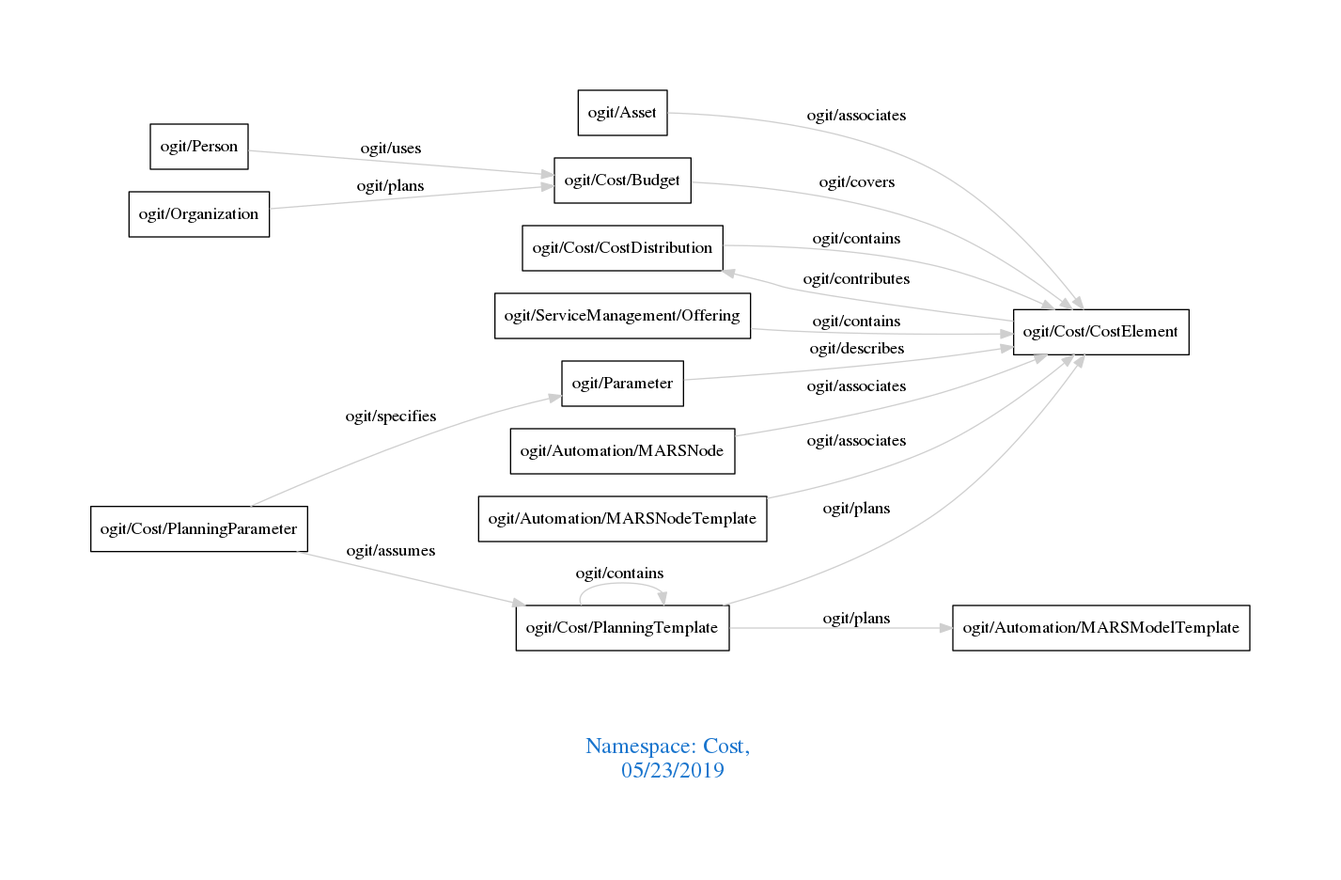
Before: downloads/Cost.png, a diagram exported from Graphviz (arago/OGIT). Its source is kept beside it as downloads/Cost.dot.
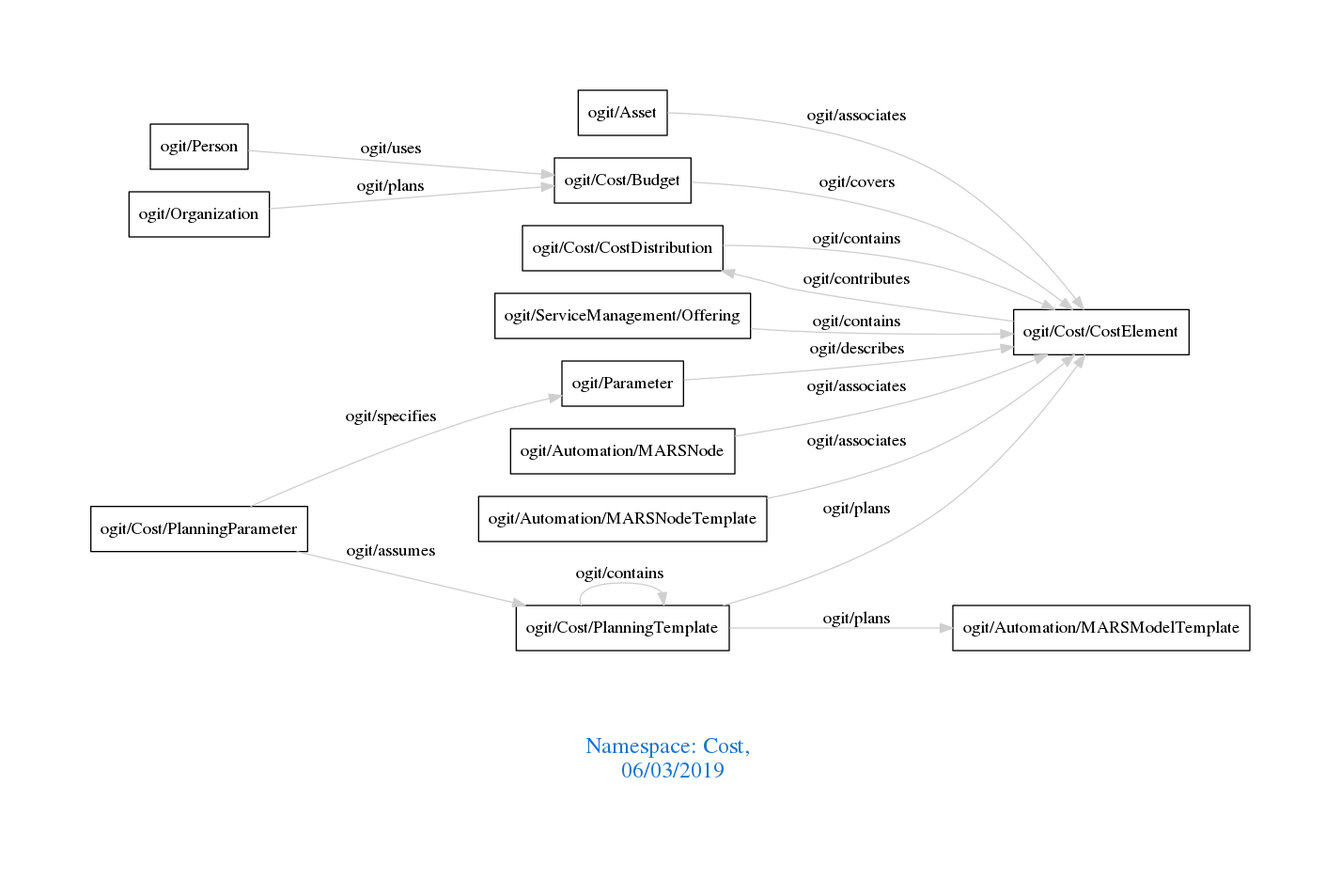
After the change.

Diff of the diagram source:
```diff
@@ -1,7 +1,7 @@
 digraph OGIT_ontology {
  graph [ rankdir= LR,pad=1
 fontsize = 18,
-fontcolor= dodgerblue3,label = "\n\n\nNamespace: Cost, \n 05/23/2019"];
+fontcolor= dodgerblue3,label = "\n\n\nNamespace: Cost, \n 06/03/2019"];
 node[shape=polygon];
 edge [  color="gray81"];
 
```
